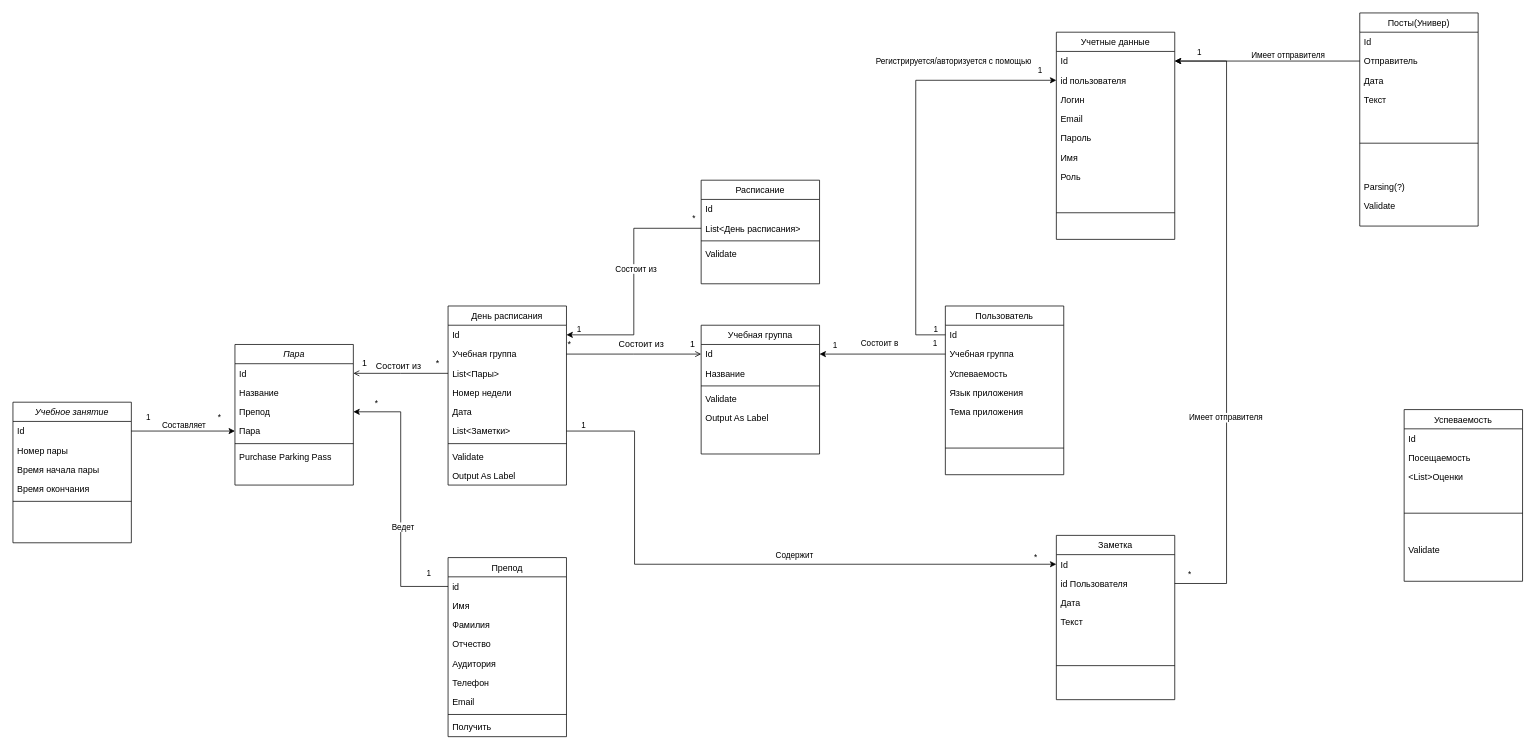
Before: diagrams/ClassDiagram.drawio in BytesCrusher/kgtuapp, a draw.io diagram. Source tidied: cells renumbered, new cells numbered last; positions are measured from the earlier drawing's top-left corner, leaving out a move shared by most shapes. Both pictures are drawn from the tidied source at 74%, with x=0, y=0 at pixel (13, 13).
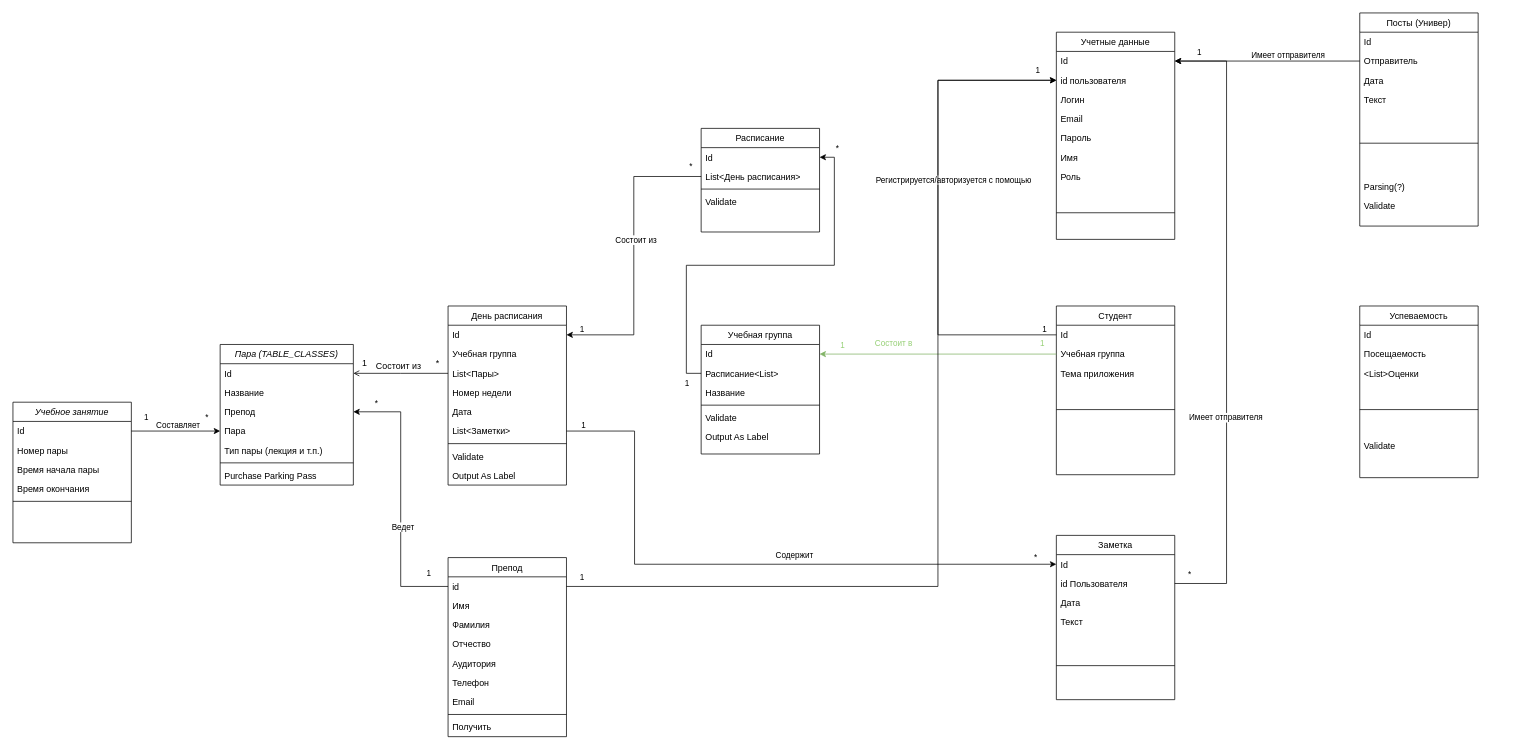
The same diagram, later.

Commit message (it also covers changes not shown here):
Update class diagram

Unchanged cells that the change refers to:
```xml
<mxCell id="10" value="id" style="text;align=left;verticalAlign=top;spacingLeft=4;spacingRight=4;overflow=hidden;points=[[0,0.5],[1,0.5]];portConstraint=eastwest;" parent="9" vertex="1">
  <mxGeometry y="26" width="160" height="26" as="geometry" />
</mxCell>
<mxCell id="21" value="Учебная группа" style="text;align=left;verticalAlign=top;spacingLeft=4;spacingRight=4;overflow=hidden;points=[[0,0.5],[1,0.5]];portConstraint=eastwest;rounded=0;shadow=0;html=0;" parent="19" vertex="1">
  <mxGeometry y="52" width="160" height="26" as="geometry" />
</mxCell>
<mxCell id="33" value="Учебная группа" style="swimlane;fontStyle=0;align=center;verticalAlign=top;horizontal=1;startSize=26;rounded=0;shadow=0;strokeWidth=1;" parent="1" vertex="1">
  <mxGeometry x="930" y="422" width="160" height="174" as="geometry" />
</mxCell>
<mxCell id="34" value="Id" style="text;align=left;verticalAlign=top;spacingLeft=4;spacingRight=4;overflow=hidden;points=[[0,0.5],[1,0.5]];portConstraint=eastwest;" parent="33" vertex="1">
  <mxGeometry y="26" width="160" height="26" as="geometry" />
</mxCell>
<mxCell id="40" value="Id" style="text;align=left;verticalAlign=top;spacingLeft=4;spacingRight=4;overflow=hidden;points=[[0,0.5],[1,0.5]];portConstraint=eastwest;" parent="39" vertex="1">
  <mxGeometry y="26" width="160" height="26" as="geometry" />
</mxCell>
<mxCell id="45" value="Id" style="text;align=left;verticalAlign=top;spacingLeft=4;spacingRight=4;overflow=hidden;points=[[0,0.5],[1,0.5]];portConstraint=eastwest;" parent="44" vertex="1">
  <mxGeometry y="26" width="160" height="26" as="geometry" />
</mxCell>
<mxCell id="46" value="Учебная группа&#10;" style="text;align=left;verticalAlign=top;spacingLeft=4;spacingRight=4;overflow=hidden;points=[[0,0.5],[1,0.5]];portConstraint=eastwest;" parent="44" vertex="1">
  <mxGeometry y="52" width="160" height="26" as="geometry" />
</mxCell>
<mxCell id="80" value="id пользователя" style="text;align=left;verticalAlign=top;spacingLeft=4;spacingRight=4;overflow=hidden;points=[[0,0.5],[1,0.5]];portConstraint=eastwest;" parent="78" vertex="1">
  <mxGeometry y="52" width="160" height="26" as="geometry" />
</mxCell>
```

Diff of the diagram source:
```diff
@@
-    <mxCell id="2" value="Пара" style="swimlane;fontStyle=2;align=center;verticalAlign=top;horizontal=1;startSize=26;rounded=0;shadow=0;strokeWidth=1;" parent="1" vertex="1">
-      <mxGeometry x="300" y="448" width="160" height="190" as="geometry" />
+    <mxCell id="2" value="Пара (TABLE_CLASSES)" style="swimlane;fontStyle=2;align=center;verticalAlign=top;horizontal=1;startSize=26;rounded=0;shadow=0;strokeWidth=1;" parent="1" vertex="1">
+      <mxGeometry x="280" y="448" width="180" height="190" as="geometry" />
     </mxCell>
     <mxCell id="3" value="Id" style="text;align=left;verticalAlign=top;spacingLeft=4;spacingRight=4;overflow=hidden;points=[[0,0.5],[1,0.5]];portConstraint=eastwest;" parent="2" vertex="1">
-      <mxGeometry y="26" width="160" height="26" as="geometry" />
+      <mxGeometry y="26" width="180" height="26" as="geometry" />
     </mxCell>
     <mxCell id="4" value="Название" style="text;align=left;verticalAlign=top;spacingLeft=4;spacingRight=4;overflow=hidden;rounded=0;shadow=0;html=0;" parent="2" vertex="1">
-      <mxGeometry y="52" width="160" height="26" as="geometry" />
+      <mxGeometry y="52" width="180" height="26" as="geometry" />
     </mxCell>
     <mxCell id="5" value="Препод" style="text;align=left;verticalAlign=top;spacingLeft=4;spacingRight=4;overflow=hidden;points=[[0,0.5],[1,0.5]];portConstraint=eastwest;rounded=0;shadow=0;html=0;" parent="2" vertex="1">
-      <mxGeometry y="78" width="160" height="26" as="geometry" />
+      <mxGeometry y="78" width="180" height="26" as="geometry" />
     </mxCell>
     <mxCell id="6" value="Пара" style="text;align=left;verticalAlign=top;spacingLeft=4;spacingRight=4;overflow=hidden;points=[[0,0.5],[1,0.5]];portConstraint=eastwest;" parent="2" vertex="1">
-      <mxGeometry y="104" width="160" height="26" as="geometry" />
+      <mxGeometry y="104" width="180" height="26" as="geometry" />
     </mxCell>
+    <mxCell id="121" value="Тип пары (лекция и т.п.)" style="text;align=left;verticalAlign=top;spacingLeft=4;spacingRight=4;overflow=hidden;" parent="2" vertex="1">
+      <mxGeometry y="130" width="180" height="26" as="geometry" />
+    </mxCell>
     <mxCell id="7" style="line;html=1;strokeWidth=1;align=left;verticalAlign=middle;spacingTop=-1;spacingLeft=3;spacingRight=3;labelPosition=right;" parent="2" vertex="1">
-      <mxGeometry y="130" width="160" height="8" as="geometry" />
+      <mxGeometry y="156" width="180" height="8" as="geometry" />
     </mxCell>
     <mxCell id="8" value="Purchase Parking Pass" style="text;align=left;verticalAlign=top;spacingLeft=4;spacingRight=4;overflow=hidden;" parent="2" vertex="1">
-      <mxGeometry y="138" width="160" height="26" as="geometry" />
+      <mxGeometry y="164" width="180" height="26" as="geometry" />
     </mxCell>
@@
+    <mxCell id="122" value="Расписание&lt;List&gt;" style="text;align=left;verticalAlign=top;spacingLeft=4;spacingRight=4;overflow=hidden;points=[[0,0.5],[1,0.5]];portConstraint=eastwest;rounded=0;shadow=0;html=0;" parent="33" vertex="1">
+      <mxGeometry y="52" width="160" height="26" as="geometry" />
+    </mxCell>
     <mxCell id="35" value="Название" style="text;align=left;verticalAlign=top;spacingLeft=4;spacingRight=4;overflow=hidden;rounded=0;shadow=0;html=0;" parent="33" vertex="1">
-      <mxGeometry y="52" width="160" height="26" as="geometry" />
+      <mxGeometry y="78" width="160" height="26" as="geometry" />
     </mxCell>
     <mxCell id="36" style="line;html=1;strokeWidth=1;align=left;verticalAlign=middle;spacingTop=-1;spacingLeft=3;spacingRight=3;labelPosition=right;" parent="33" vertex="1">
-      <mxGeometry y="78" width="160" height="8" as="geometry" />
+      <mxGeometry y="104" width="160" height="8" as="geometry" />
     </mxCell>
     <mxCell id="37" value="Validate" style="text;align=left;verticalAlign=top;spacingLeft=4;spacingRight=4;overflow=hidden;" parent="33" vertex="1">
-      <mxGeometry y="86" width="160" height="26" as="geometry" />
+      <mxGeometry y="112" width="160" height="26" as="geometry" />
     </mxCell>
     <mxCell id="38" value="Output As Label" style="text;align=left;verticalAlign=top;spacingLeft=4;spacingRight=4;overflow=hidden;" parent="33" vertex="1">
-      <mxGeometry y="112" width="160" height="26" as="geometry" />
+      <mxGeometry y="138" width="160" height="26" as="geometry" />
     </mxCell>
     <mxCell id="39" value="Расписание" style="swimlane;fontStyle=0;align=center;verticalAlign=top;horizontal=1;startSize=26;rounded=0;shadow=0;strokeWidth=1;" parent="1" vertex="1">
-      <mxGeometry x="930" y="226" width="160" height="140" as="geometry" />
+      <mxGeometry x="930" y="156" width="160" height="140" as="geometry" />
     </mxCell>
@@
-    <mxCell id="44" value="Пользователь" style="swimlane;fontStyle=0;align=center;verticalAlign=top;horizontal=1;startSize=26;rounded=0;shadow=0;strokeWidth=1;" parent="1" vertex="1">
-      <mxGeometry x="1260" y="396" width="160" height="228" as="geometry" />
+    <mxCell id="44" value="Студент" style="swimlane;fontStyle=0;align=center;verticalAlign=top;horizontal=1;startSize=26;rounded=0;shadow=0;strokeWidth=1;" parent="1" vertex="1">
+      <mxGeometry x="1410" y="396" width="160" height="228" as="geometry" />
     </mxCell>
@@
-    <mxCell id="47" value="Успеваемость" style="text;align=left;verticalAlign=top;spacingLeft=4;spacingRight=4;overflow=hidden;" parent="44" vertex="1">
-      <mxGeometry y="78" width="160" height="26" as="geometry" />
-    </mxCell>
-    <mxCell id="48" value="Язык приложения" style="text;align=left;verticalAlign=top;spacingLeft=4;spacingRight=4;overflow=hidden;" parent="44" vertex="1">
-      <mxGeometry y="104" width="160" height="26" as="geometry" />
-    </mxCell>
     <mxCell id="49" value="Тема приложения" style="text;align=left;verticalAlign=top;spacingLeft=4;spacingRight=4;overflow=hidden;" parent="44" vertex="1">
-      <mxGeometry y="130" width="160" height="26" as="geometry" />
+      <mxGeometry y="78" width="160" height="26" as="geometry" />
     </mxCell>
     <mxCell id="50" style="line;html=1;strokeWidth=1;align=left;verticalAlign=middle;spacingTop=-1;spacingLeft=3;spacingRight=3;labelPosition=right;" parent="44" vertex="1">
-      <mxGeometry y="156" width="160" height="72" as="geometry" />
+      <mxGeometry y="104" width="160" height="72" as="geometry" />
     </mxCell>
@@
     <mxCell id="52" value="Успеваемость" style="swimlane;fontStyle=0;align=center;verticalAlign=top;horizontal=1;startSize=26;rounded=0;shadow=0;strokeWidth=1;" parent="1" vertex="1">
-      <mxGeometry x="1880" y="536" width="160" height="232" as="geometry" />
+      <mxGeometry x="1820" y="396" width="160" height="232" as="geometry" />
     </mxCell>
@@
-    <mxCell id="58" value="Посты(Универ)" style="swimlane;fontStyle=0;align=center;verticalAlign=top;horizontal=1;startSize=26;rounded=0;shadow=0;strokeWidth=1;" parent="1" vertex="1">
+    <mxCell id="58" value="Посты (Универ)" style="swimlane;fontStyle=0;align=center;verticalAlign=top;horizontal=1;startSize=26;rounded=0;shadow=0;strokeWidth=1;" parent="1" vertex="1">
       <mxGeometry x="1820" width="160" height="288" as="geometry" />
     </mxCell>
@@
-    <mxCell id="66" style="endArrow=open;shadow=0;strokeWidth=1;rounded=0;endFill=1;edgeStyle=elbowEdgeStyle;elbow=vertical;exitX=1;exitY=0.5;exitDx=0;exitDy=0;entryX=0;entryY=0.5;entryDx=0;entryDy=0;" parent="1" edge="1" source="21" target="34">
-      <mxGeometry x="0.5" y="41" relative="1" as="geometry">
-        <mxPoint x="-40" y="32" as="offset" />
-      </mxGeometry>
-    </mxCell>
-    <mxCell id="67" value="*" style="align=left;verticalAlign=bottom;labelBackgroundColor=none;fontSize=12;" parent="66" vertex="1">
-      <mxGeometry x="-1" relative="1" as="geometry">
-        <mxPoint y="-5" as="offset" />
-      </mxGeometry>
-    </mxCell>
-    <mxCell id="68" value="1" style="align=right;verticalAlign=bottom;labelBackgroundColor=none;fontSize=12;" parent="66" vertex="1">
-      <mxGeometry x="1" relative="1" as="geometry">
-        <mxPoint x="-7" y="-5" as="offset" />
-      </mxGeometry>
-    </mxCell>
-    <mxCell id="69" value="Состоит из" style="text;html=1;align=center;verticalAlign=middle;labelBackgroundColor=none;rounded=0;shadow=0;strokeWidth=1;fontSize=12;" parent="66" vertex="1">
-      <mxGeometry x="0.5" y="49" relative="1" as="geometry">
-        <mxPoint x="-37" y="35" as="offset" />
-      </mxGeometry>
-    </mxCell>
@@
-    <mxCell id="74" style="edgeStyle=orthogonalEdgeStyle;rounded=0;jettySize=auto;html=1;exitX=0;exitY=0.5;exitDx=0;exitDy=0;entryX=1;entryY=0.5;entryDx=0;entryDy=0;" parent="1" edge="1" source="46" target="34">
+    <mxCell id="74" style="edgeStyle=orthogonalEdgeStyle;rounded=0;jettySize=auto;html=1;exitX=0;exitY=0.5;exitDx=0;exitDy=0;entryX=1;entryY=0.5;entryDx=0;entryDy=0;fillColor=#d5e8d4;strokeColor=#82b366;" parent="1" edge="1" source="46" target="34">
       <mxGeometry relative="1" as="geometry" />
     </mxCell>
-    <mxCell id="75" value="1" style="edgeLabel;html=1;align=center;verticalAlign=middle;" parent="74" vertex="1">
+    <mxCell id="75" value="1" style="edgeLabel;html=1;align=center;verticalAlign=middle;fontColor=#97D077;" parent="74" vertex="1">
       <mxGeometry x="0.87" y="2" relative="1" as="geometry">
         <mxPoint x="9" y="-15" as="offset" />
       </mxGeometry>
     </mxCell>
-    <mxCell id="76" value="1" style="edgeLabel;html=1;align=center;verticalAlign=middle;" parent="74" vertex="1">
+    <mxCell id="76" value="1" style="edgeLabel;html=1;align=center;verticalAlign=middle;fontColor=#97D077;" parent="74" vertex="1">
       <mxGeometry x="-0.82" y="-2" relative="1" as="geometry">
-        <mxPoint y="-13" as="offset" />
+        <mxPoint x="9" y="-13" as="offset" />
       </mxGeometry>
     </mxCell>
-    <mxCell id="77" value="Состоит в" style="edgeLabel;html=1;align=center;verticalAlign=middle;" parent="74" vertex="1">
+    <mxCell id="77" value="Состоит в" style="edgeLabel;html=1;align=center;verticalAlign=middle;fontColor=#97D077;" parent="74" vertex="1">
       <mxGeometry x="-0.09" y="1" relative="1" as="geometry">
-        <mxPoint x="-13" y="-16" as="offset" />
+        <mxPoint x="-75" y="-16" as="offset" />
       </mxGeometry>
     </mxCell>
@@
-    <mxCell id="87" style="edgeStyle=orthogonalEdgeStyle;rounded=0;jettySize=auto;html=1;exitX=0;exitY=0.5;exitDx=0;exitDy=0;entryX=0;entryY=0.5;entryDx=0;entryDy=0;" parent="1" edge="1" source="45" target="80">
+    <mxCell id="87" style="edgeStyle=orthogonalEdgeStyle;rounded=0;jettySize=auto;html=1;entryX=0;entryY=0.5;entryDx=0;entryDy=0;exitX=0;exitY=0.5;exitDx=0;exitDy=0;" parent="1" edge="1" source="45" target="80">
       <mxGeometry relative="1" as="geometry">
         <Array as="points">
-          <mxPoint x="1220" y="435" />
-          <mxPoint x="1220" y="91" />
+          <mxPoint x="1250" y="435" />
+          <mxPoint x="1250" y="91" />
         </Array>
       </mxGeometry>
     </mxCell>
     <mxCell id="88" value="Регистрируется/авторизуется с помощью" style="edgeLabel;html=1;align=center;verticalAlign=middle;" parent="87" vertex="1">
       <mxGeometry x="-0.09" y="-1" relative="1" as="geometry">
-        <mxPoint x="49" y="-149" as="offset" />
+        <mxPoint x="19" y="-68" as="offset" />
       </mxGeometry>
     </mxCell>
@@
+    <mxCell id="123" style="edgeStyle=orthogonalEdgeStyle;rounded=0;jettySize=auto;html=1;exitX=0;exitY=0.5;exitDx=0;exitDy=0;entryX=1;entryY=0.5;entryDx=0;entryDy=0;" parent="1" edge="1" source="122" target="40">
+      <mxGeometry relative="1" as="geometry" />
+    </mxCell>
+    <mxCell id="67" value="*" style="edgeLabel;html=1;align=center;verticalAlign=middle;" parent="123" vertex="1">
+      <mxGeometry x="0.87" y="-3" relative="1" as="geometry">
+        <mxPoint y="-28" as="offset" />
+      </mxGeometry>
+    </mxCell>
+    <mxCell id="124" value="1" style="edgeLabel;html=1;align=center;verticalAlign=middle;" parent="123" vertex="1">
+      <mxGeometry x="-0.89" relative="1" as="geometry">
+        <mxPoint y="21" as="offset" />
+      </mxGeometry>
+    </mxCell>
+    <mxCell id="125" style="edgeStyle=orthogonalEdgeStyle;rounded=0;jettySize=auto;html=1;exitX=1;exitY=0.5;exitDx=0;exitDy=0;entryX=0;entryY=0.5;entryDx=0;entryDy=0;" parent="1" edge="1" source="10" target="80">
+      <mxGeometry relative="1" as="geometry">
+        <Array as="points">
+          <mxPoint x="1250" y="775" />
+          <mxPoint x="1250" y="91" />
+        </Array>
+      </mxGeometry>
+    </mxCell>
+    <mxCell id="126" value="1" style="edgeLabel;html=1;align=center;verticalAlign=middle;" parent="125" vertex="1">
+      <mxGeometry x="-0.97" relative="1" as="geometry">
+        <mxPoint y="-13" as="offset" />
+      </mxGeometry>
+    </mxCell>
```
